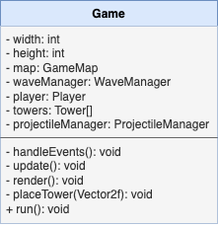
Jesper-R/cpp-tower-defense keeps this draw.io diagram as TowerDefense.drawio.png. Above is the earlier version. Source tidied: cells renumbered, new cells last; positions are measured from the earlier drawing's top-left corner, leaving out a move shared by most shapes.
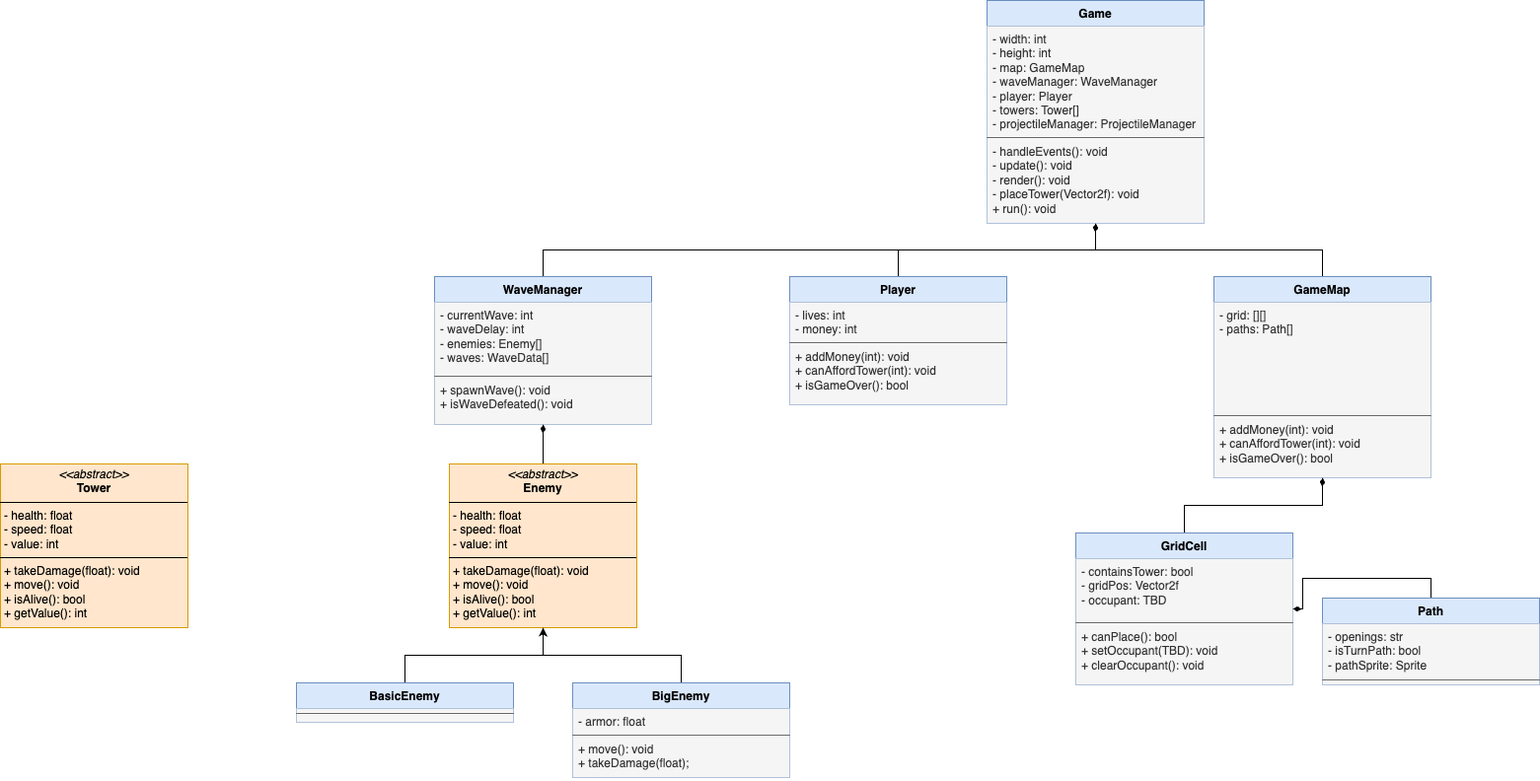
After the commit.

Commit message:
Some class structure implemented

What changed in the source:
```diff
@@ -14,5 +14,122 @@
     <mxCell id="5" value="&lt;div&gt;- handleEvents(): void&lt;/div&gt;&lt;div&gt;- update(): void&lt;/div&gt;&lt;div&gt;- render(): void&lt;/div&gt;&lt;div&gt;- placeTower(Vector2f): void&lt;/div&gt;&lt;div&gt;+ run(): void&lt;/div&gt;&lt;div&gt;&lt;br&gt;&lt;/div&gt;" style="text;strokeColor=none;fillColor=#f5f5f5;align=left;verticalAlign=top;spacingLeft=4;spacingRight=4;overflow=hidden;whiteSpace=wrap;html=1;fontColor=#333333;" parent="2" vertex="1">
       <mxGeometry y="140" width="220" height="86" as="geometry" />
     </mxCell>
+    <mxCell id="6" style="edgeStyle=orthogonalEdgeStyle;rounded=0;jettySize=auto;html=1;startArrow=none;startFill=0;endArrow=diamondThin;endFill=1;" parent="1" edge="1" source="7" target="2">
+      <mxGeometry relative="1" as="geometry" />
+    </mxCell>
+    <mxCell id="7" value="Player" style="swimlane;fontStyle=1;align=center;verticalAlign=top;horizontal=1;startSize=26;whiteSpace=wrap;html=1;fillColor=#dae8fc;strokeColor=#6c8ebf;" parent="1" vertex="1">
+      <mxGeometry x="-200" y="280" width="220" height="130" as="geometry" />
+    </mxCell>
+    <mxCell id="8" value="&lt;div&gt;&lt;span style=&quot;background-color: initial;&quot;&gt;- lives: int&lt;/span&gt;&lt;/div&gt;&lt;div&gt;- money: int&lt;/div&gt;" style="text;strokeColor=none;fillColor=#f5f5f5;align=left;verticalAlign=top;spacingLeft=4;spacingRight=4;overflow=hidden;whiteSpace=wrap;html=1;fontColor=#333333;" parent="7" vertex="1">
+      <mxGeometry y="26" width="220" height="40" as="geometry" />
+    </mxCell>
+    <mxCell id="9" style="line;strokeWidth=1;fillColor=#f5f5f5;align=left;verticalAlign=middle;spacingTop=-1;spacingLeft=3;spacingRight=3;labelPosition=right;strokeColor=#666666;fontColor=#333333;" parent="7" vertex="1">
+      <mxGeometry y="66" width="220" height="2" as="geometry" />
+    </mxCell>
+    <mxCell id="10" value="&lt;div&gt;+ addMoney(int): void&lt;/div&gt;&lt;div&gt;+ canAffordTower(int): void&lt;/div&gt;&lt;div&gt;+ isGameOver(): bool&lt;/div&gt;&lt;div&gt;&lt;br&gt;&lt;/div&gt;" style="text;strokeColor=none;fillColor=#f5f5f5;align=left;verticalAlign=top;spacingLeft=4;spacingRight=4;overflow=hidden;whiteSpace=wrap;html=1;fontColor=#333333;" parent="7" vertex="1">
+      <mxGeometry y="68" width="220" height="62" as="geometry" />
+    </mxCell>
+    <mxCell id="11" style="edgeStyle=orthogonalEdgeStyle;rounded=0;jettySize=auto;html=1;exitX=0.5;exitY=0;exitDx=0;exitDy=0;endArrow=diamondThin;endFill=1;" parent="1" edge="1" source="12" target="2">
+      <mxGeometry relative="1" as="geometry" />
+    </mxCell>
+    <mxCell id="12" value="GameMap" style="swimlane;fontStyle=1;align=center;verticalAlign=top;horizontal=1;startSize=26;whiteSpace=wrap;html=1;fillColor=#dae8fc;strokeColor=#6c8ebf;" parent="1" vertex="1">
+      <mxGeometry x="230" y="280" width="220" height="204" as="geometry" />
+    </mxCell>
+    <mxCell id="13" value="&lt;div&gt;- grid: [][]&lt;/div&gt;&lt;div&gt;- paths: Path[]&lt;/div&gt;" style="text;strokeColor=none;fillColor=#f5f5f5;align=left;verticalAlign=top;spacingLeft=4;spacingRight=4;overflow=hidden;whiteSpace=wrap;html=1;fontColor=#333333;" parent="12" vertex="1">
+      <mxGeometry y="26" width="220" height="114" as="geometry" />
+    </mxCell>
+    <mxCell id="14" style="line;strokeWidth=1;fillColor=#f5f5f5;align=left;verticalAlign=middle;spacingTop=-1;spacingLeft=3;spacingRight=3;labelPosition=right;strokeColor=#666666;fontColor=#333333;" parent="12" vertex="1">
+      <mxGeometry y="140" width="220" height="2" as="geometry" />
+    </mxCell>
+    <mxCell id="15" value="&lt;div&gt;+ addMoney(int): void&lt;/div&gt;&lt;div&gt;+ canAffordTower(int): void&lt;/div&gt;&lt;div&gt;+ isGameOver(): bool&lt;/div&gt;&lt;div&gt;&lt;br&gt;&lt;/div&gt;" style="text;strokeColor=none;fillColor=#f5f5f5;align=left;verticalAlign=top;spacingLeft=4;spacingRight=4;overflow=hidden;whiteSpace=wrap;html=1;fontColor=#333333;" parent="12" vertex="1">
+      <mxGeometry y="142" width="220" height="62" as="geometry" />
+    </mxCell>
+    <mxCell id="16" style="edgeStyle=orthogonalEdgeStyle;rounded=0;jettySize=auto;html=1;exitX=0.5;exitY=0;exitDx=0;exitDy=0;endArrow=diamondThin;endFill=1;" parent="1" edge="1" source="17" target="12">
+      <mxGeometry relative="1" as="geometry" />
+    </mxCell>
+    <mxCell id="17" value="GridCell" style="swimlane;fontStyle=1;align=center;verticalAlign=top;horizontal=1;startSize=26;whiteSpace=wrap;html=1;fillColor=#dae8fc;strokeColor=#6c8ebf;" parent="1" vertex="1">
+      <mxGeometry x="90" y="540" width="220" height="154" as="geometry" />
+    </mxCell>
+    <mxCell id="18" value="&lt;div&gt;- containsTower: bool&lt;/div&gt;&lt;div&gt;- gridPos: Vector2f&lt;/div&gt;&lt;div&gt;- occupant: TBD&lt;/div&gt;&lt;div&gt;&lt;br&gt;&lt;/div&gt;" style="text;strokeColor=none;fillColor=#f5f5f5;align=left;verticalAlign=top;spacingLeft=4;spacingRight=4;overflow=hidden;whiteSpace=wrap;html=1;fontColor=#333333;" parent="17" vertex="1">
+      <mxGeometry y="26" width="220" height="64" as="geometry" />
+    </mxCell>
+    <mxCell id="19" style="line;strokeWidth=1;fillColor=#f5f5f5;align=left;verticalAlign=middle;spacingTop=-1;spacingLeft=3;spacingRight=3;labelPosition=right;strokeColor=#666666;fontColor=#333333;" parent="17" vertex="1">
+      <mxGeometry y="90" width="220" height="2" as="geometry" />
+    </mxCell>
+    <mxCell id="20" value="&lt;div&gt;+ canPlace(): bool&lt;/div&gt;&lt;div&gt;+ setOccupant(TBD): void&lt;/div&gt;&lt;div&gt;+ clearOccupant(): void&lt;/div&gt;&lt;div&gt;&lt;br&gt;&lt;/div&gt;" style="text;strokeColor=none;fillColor=#f5f5f5;align=left;verticalAlign=top;spacingLeft=4;spacingRight=4;overflow=hidden;whiteSpace=wrap;html=1;fontColor=#333333;" parent="17" vertex="1">
+      <mxGeometry y="92" width="220" height="62" as="geometry" />
+    </mxCell>
+    <mxCell id="21" style="edgeStyle=orthogonalEdgeStyle;rounded=0;jettySize=auto;html=1;exitX=0.5;exitY=0;exitDx=0;exitDy=0;endArrow=diamondThin;endFill=1;" parent="1" edge="1" source="22" target="17">
+      <mxGeometry relative="1" as="geometry" />
+    </mxCell>
+    <mxCell id="22" value="Path" style="swimlane;fontStyle=1;align=center;verticalAlign=top;horizontal=1;startSize=26;whiteSpace=wrap;html=1;fillColor=#dae8fc;strokeColor=#6c8ebf;" parent="1" vertex="1">
+      <mxGeometry x="340" y="606" width="220" height="88" as="geometry" />
+    </mxCell>
+    <mxCell id="23" value="&lt;div&gt;- openings: str&lt;/div&gt;&lt;div&gt;- isTurnPath: bool&lt;/div&gt;&lt;div&gt;- pathSprite: Sprite&lt;/div&gt;" style="text;strokeColor=none;fillColor=#f5f5f5;align=left;verticalAlign=top;spacingLeft=4;spacingRight=4;overflow=hidden;whiteSpace=wrap;html=1;fontColor=#333333;" parent="22" vertex="1">
+      <mxGeometry y="26" width="220" height="56" as="geometry" />
+    </mxCell>
+    <mxCell id="24" style="line;strokeWidth=1;fillColor=#f5f5f5;align=left;verticalAlign=middle;spacingTop=-1;spacingLeft=3;spacingRight=3;labelPosition=right;strokeColor=#666666;fontColor=#333333;" parent="22" vertex="1">
+      <mxGeometry y="82" width="220" height="2" as="geometry" />
+    </mxCell>
+    <mxCell id="25" style="text;strokeColor=none;fillColor=#f5f5f5;align=left;verticalAlign=top;spacingLeft=4;spacingRight=4;overflow=hidden;whiteSpace=wrap;html=1;fontColor=#333333;" parent="22" vertex="1">
+      <mxGeometry y="84" width="220" height="4" as="geometry" />
+    </mxCell>
+    <mxCell id="26" style="edgeStyle=orthogonalEdgeStyle;rounded=0;jettySize=auto;html=1;exitX=0.5;exitY=0;exitDx=0;exitDy=0;endArrow=diamondThin;endFill=1;" parent="1" edge="1" source="27" target="2">
+      <mxGeometry relative="1" as="geometry" />
+    </mxCell>
+    <mxCell id="27" value="WaveManager" style="swimlane;fontStyle=1;align=center;verticalAlign=top;horizontal=1;startSize=26;whiteSpace=wrap;html=1;fillColor=#dae8fc;strokeColor=#6c8ebf;" parent="1" vertex="1">
+      <mxGeometry x="-560" y="280" width="220" height="150" as="geometry" />
+    </mxCell>
+    <mxCell id="28" value="&lt;div&gt;- currentWave: int&lt;/div&gt;&lt;div&gt;- waveDelay: int&lt;/div&gt;&lt;div&gt;- enemies: Enemy[]&lt;/div&gt;&lt;div&gt;- waves: WaveData[]&lt;/div&gt;&lt;div&gt;&lt;br&gt;&lt;/div&gt;&lt;div&gt;&lt;br&gt;&lt;/div&gt;" style="text;strokeColor=none;fillColor=#f5f5f5;align=left;verticalAlign=top;spacingLeft=4;spacingRight=4;overflow=hidden;whiteSpace=wrap;html=1;fontColor=#333333;" parent="27" vertex="1">
+      <mxGeometry y="26" width="220" height="74" as="geometry" />
+    </mxCell>
+    <mxCell id="29" style="line;strokeWidth=1;fillColor=#f5f5f5;align=left;verticalAlign=middle;spacingTop=-1;spacingLeft=3;spacingRight=3;labelPosition=right;strokeColor=#666666;fontColor=#333333;" parent="27" vertex="1">
+      <mxGeometry y="100" width="220" height="2" as="geometry" />
+    </mxCell>
+    <mxCell id="30" value="&lt;div&gt;+ spawnWave(): void&lt;/div&gt;&lt;div&gt;+ isWaveDefeated(): void&lt;/div&gt;" style="text;strokeColor=none;fillColor=#f5f5f5;align=left;verticalAlign=top;spacingLeft=4;spacingRight=4;overflow=hidden;whiteSpace=wrap;html=1;fontColor=#333333;" parent="27" vertex="1">
+      <mxGeometry y="102" width="220" height="48" as="geometry" />
+    </mxCell>
+    <mxCell id="31" style="edgeStyle=orthogonalEdgeStyle;rounded=0;jettySize=auto;html=1;exitX=0.5;exitY=0;exitDx=0;exitDy=0;endArrow=diamondThin;endFill=1;" parent="1" edge="1" source="32" target="27">
+      <mxGeometry relative="1" as="geometry" />
+    </mxCell>
+    <mxCell id="32" value="&lt;p style=&quot;margin:0px;margin-top:4px;text-align:center;&quot;&gt;&lt;i&gt;&amp;lt;&amp;lt;abstract&amp;gt;&amp;gt;&lt;/i&gt;&lt;br&gt;&lt;b&gt;Enemy&lt;/b&gt;&lt;/p&gt;&lt;hr size=&quot;1&quot; style=&quot;border-style:solid;&quot;&gt;&lt;p style=&quot;margin:0px;margin-left:4px;&quot;&gt;- health: float&lt;br&gt;- speed: float&lt;/p&gt;&lt;p style=&quot;margin:0px;margin-left:4px;&quot;&gt;- value: int&lt;/p&gt;&lt;hr size=&quot;1&quot; style=&quot;border-style:solid;&quot;&gt;&lt;p style=&quot;margin:0px;margin-left:4px;&quot;&gt;+ takeDamage(float): void&lt;/p&gt;&lt;p style=&quot;margin:0px;margin-left:4px;&quot;&gt;+ move(): void&lt;/p&gt;&lt;p style=&quot;margin:0px;margin-left:4px;&quot;&gt;+ isAlive(): bool&lt;/p&gt;&lt;p style=&quot;margin:0px;margin-left:4px;&quot;&gt;+ getValue(): int&lt;/p&gt;" style="verticalAlign=top;align=left;overflow=fill;html=1;whiteSpace=wrap;fillColor=#ffe6cc;strokeColor=#d79b00;" parent="1" vertex="1">
+      <mxGeometry x="-545" y="470" width="190" height="166" as="geometry" />
+    </mxCell>
+    <mxCell id="33" style="edgeStyle=orthogonalEdgeStyle;rounded=0;orthogonalLoop=1;jettySize=auto;html=1;exitX=0.5;exitY=1;exitDx=0;exitDy=0;" parent="1" edge="1" source="32" target="32">
+      <mxGeometry relative="1" as="geometry" />
+    </mxCell>
+    <mxCell id="34" style="edgeStyle=orthogonalEdgeStyle;rounded=0;jettySize=auto;html=1;exitX=0.5;exitY=0;exitDx=0;exitDy=0;" parent="1" edge="1" source="35" target="32">
+      <mxGeometry relative="1" as="geometry" />
+    </mxCell>
+    <mxCell id="35" value="BasicEnemy" style="swimlane;fontStyle=1;align=center;verticalAlign=top;horizontal=1;startSize=26;whiteSpace=wrap;html=1;fillColor=#dae8fc;strokeColor=#6c8ebf;" parent="1" vertex="1">
+      <mxGeometry x="-700" y="692" width="220" height="40" as="geometry" />
+    </mxCell>
+    <mxCell id="36" value="&lt;div&gt;&lt;br&gt;&lt;/div&gt;" style="text;strokeColor=none;fillColor=#f5f5f5;align=left;verticalAlign=top;spacingLeft=4;spacingRight=4;overflow=hidden;whiteSpace=wrap;html=1;fontColor=#333333;" parent="35" vertex="1">
+      <mxGeometry y="26" width="220" height="4" as="geometry" />
+    </mxCell>
+    <mxCell id="37" style="line;strokeWidth=1;fillColor=#f5f5f5;align=left;verticalAlign=middle;spacingTop=-1;spacingLeft=3;spacingRight=3;labelPosition=right;strokeColor=#666666;fontColor=#333333;" parent="35" vertex="1">
+      <mxGeometry y="30" width="220" height="2" as="geometry" />
+    </mxCell>
+    <mxCell id="38" value="&lt;div&gt;&lt;br&gt;&lt;/div&gt;" style="text;strokeColor=none;fillColor=#f5f5f5;align=left;verticalAlign=top;spacingLeft=4;spacingRight=4;overflow=hidden;whiteSpace=wrap;html=1;fontColor=#333333;" parent="35" vertex="1">
+      <mxGeometry y="32" width="220" height="8" as="geometry" />
+    </mxCell>
+    <mxCell id="39" style="edgeStyle=orthogonalEdgeStyle;rounded=0;jettySize=auto;html=1;exitX=0.5;exitY=0;exitDx=0;exitDy=0;" parent="1" edge="1" source="40" target="32">
+      <mxGeometry relative="1" as="geometry" />
+    </mxCell>
+    <mxCell id="40" value="BigEnemy" style="swimlane;fontStyle=1;align=center;verticalAlign=top;horizontal=1;startSize=26;whiteSpace=wrap;html=1;fillColor=#dae8fc;strokeColor=#6c8ebf;" parent="1" vertex="1">
+      <mxGeometry x="-420" y="692" width="220" height="96" as="geometry" />
+    </mxCell>
+    <mxCell id="41" value="&lt;div&gt;- armor: float&lt;/div&gt;" style="text;strokeColor=none;fillColor=#f5f5f5;align=left;verticalAlign=top;spacingLeft=4;spacingRight=4;overflow=hidden;whiteSpace=wrap;html=1;fontColor=#333333;" parent="40" vertex="1">
+      <mxGeometry y="26" width="220" height="26" as="geometry" />
+    </mxCell>
+    <mxCell id="42" style="line;strokeWidth=1;fillColor=#f5f5f5;align=left;verticalAlign=middle;spacingTop=-1;spacingLeft=3;spacingRight=3;labelPosition=right;strokeColor=#666666;fontColor=#333333;" parent="40" vertex="1">
+      <mxGeometry y="52" width="220" height="2" as="geometry" />
+    </mxCell>
+    <mxCell id="43" value="&lt;div&gt;+ move(): void&lt;/div&gt;&lt;div&gt;+ takeDamage(float);&lt;/div&gt;" style="text;strokeColor=none;fillColor=#f5f5f5;align=left;verticalAlign=top;spacingLeft=4;spacingRight=4;overflow=hidden;whiteSpace=wrap;html=1;fontColor=#333333;" parent="40" vertex="1">
+      <mxGeometry y="54" width="220" height="42" as="geometry" />
+    </mxCell>
+    <mxCell id="44" value="&lt;p style=&quot;margin:0px;margin-top:4px;text-align:center;&quot;&gt;&lt;i&gt;&amp;lt;&amp;lt;abstract&amp;gt;&amp;gt;&lt;/i&gt;&lt;br&gt;&lt;b&gt;Tower&lt;/b&gt;&lt;/p&gt;&lt;hr size=&quot;1&quot; style=&quot;border-style:solid;&quot;&gt;&lt;p style=&quot;margin:0px;margin-left:4px;&quot;&gt;- health: float&lt;br&gt;- speed: float&lt;/p&gt;&lt;p style=&quot;margin:0px;margin-left:4px;&quot;&gt;- value: int&lt;/p&gt;&lt;hr size=&quot;1&quot; style=&quot;border-style:solid;&quot;&gt;&lt;p style=&quot;margin:0px;margin-left:4px;&quot;&gt;+ takeDamage(float): void&lt;/p&gt;&lt;p style=&quot;margin:0px;margin-left:4px;&quot;&gt;+ move(): void&lt;/p&gt;&lt;p style=&quot;margin:0px;margin-left:4px;&quot;&gt;+ isAlive(): bool&lt;/p&gt;&lt;p style=&quot;margin:0px;margin-left:4px;&quot;&gt;+ getValue(): int&lt;/p&gt;" style="verticalAlign=top;align=left;overflow=fill;html=1;whiteSpace=wrap;fillColor=#ffe6cc;strokeColor=#d79b00;" parent="1" vertex="1">
+      <mxGeometry x="-1000" y="470" width="190" height="166" as="geometry" />
+    </mxCell>
   </root>
 </mxGraphModel>
```
